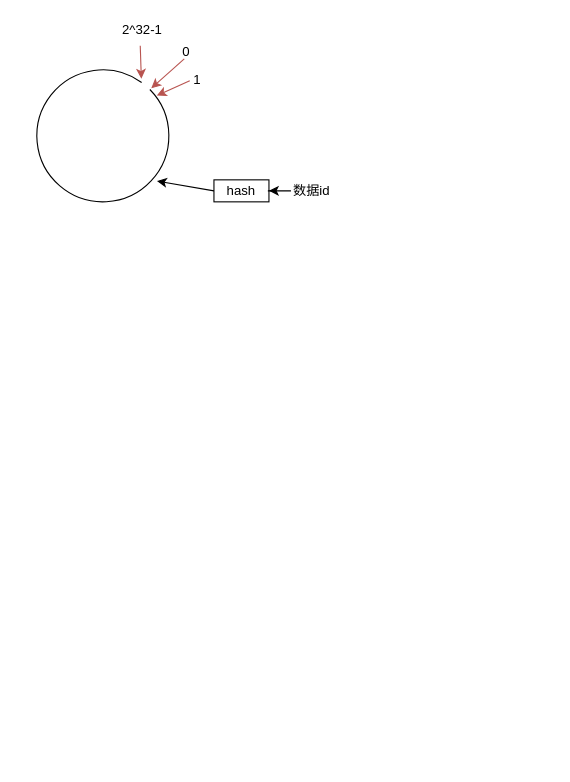
Above: 一致性哈希.drawio in wsxzei/markdown-photos (draw.io), before the change. Source tidied: cells renumbered, new cells numbered last; positions are measured from the earlier drawing's top-left corner, leaving out a move shared by most shapes. Both pictures are drawn from the tidied source at 110%, with x=0, y=0 at pixel (36, 19).
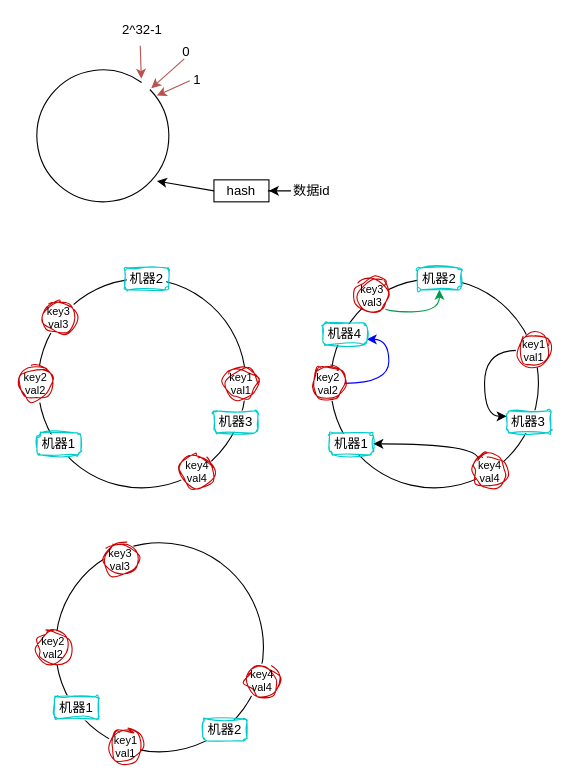
The same page after the edit.

Commit message (it also covers changes not shown here):
更新一致性哈希.drawio

What changed in the source:
```diff
@@
+    <mxCell id="13" style="verticalLabelPosition=bottom;verticalAlign=top;html=1;shape=mxgraph.basic.arc;startAngle=0.1001928052766139;endAngle=0.1;" parent="1" vertex="1">
+      <mxGeometry x="1" y="236" width="189" height="190" as="geometry" />
+    </mxCell>
+    <mxCell id="14" value="机器1" style="rounded=1;whiteSpace=wrap;html=1;sketch=1;curveFitting=1;jiggle=2;strokeColor=#00CCCC;" parent="1" vertex="1">
+      <mxGeometry y="376" width="40" height="20" as="geometry" />
+    </mxCell>
+    <mxCell id="15" value="机器2" style="rounded=1;whiteSpace=wrap;html=1;sketch=1;curveFitting=1;jiggle=2;strokeColor=#00CCCC;" parent="1" vertex="1">
+      <mxGeometry x="80" y="226" width="40" height="20" as="geometry" />
+    </mxCell>
+    <mxCell id="16" value="机器3" style="rounded=1;whiteSpace=wrap;html=1;sketch=1;curveFitting=1;jiggle=2;strokeColor=#00CCCC;" parent="1" vertex="1">
+      <mxGeometry x="161" y="356" width="40" height="20" as="geometry" />
+    </mxCell>
+    <mxCell id="17" value="key2&lt;div&gt;val2&lt;/div&gt;" style="ellipse;whiteSpace=wrap;html=1;fontSize=10;sketch=1;curveFitting=1;jiggle=2;strokeColor=#CC0000;" parent="1" vertex="1">
+      <mxGeometry x="-16" y="316" width="30" height="30" as="geometry" />
+    </mxCell>
+    <mxCell id="18" value="key3&lt;div&gt;val3&lt;/div&gt;" style="ellipse;whiteSpace=wrap;html=1;fontSize=10;sketch=1;curveFitting=1;jiggle=2;strokeColor=#CC0000;" parent="1" vertex="1">
+      <mxGeometry x="5" y="256" width="30" height="30" as="geometry" />
+    </mxCell>
+    <mxCell id="19" value="key4&lt;div&gt;val4&lt;/div&gt;" style="ellipse;whiteSpace=wrap;html=1;fontSize=10;sketch=1;curveFitting=1;jiggle=2;strokeColor=#CC0000;" parent="1" vertex="1">
+      <mxGeometry x="131" y="396" width="30" height="30" as="geometry" />
+    </mxCell>
+    <mxCell id="20" value="key1&lt;div&gt;val1&lt;/div&gt;" style="ellipse;whiteSpace=wrap;html=1;fontSize=10;sketch=1;curveFitting=1;jiggle=2;strokeColor=#CC0000;" parent="1" vertex="1">
+      <mxGeometry x="171" y="316" width="30" height="30" as="geometry" />
+    </mxCell>
+    <mxCell id="21" style="verticalLabelPosition=bottom;verticalAlign=top;html=1;shape=mxgraph.basic.arc;startAngle=0.1001928052766139;endAngle=0.1;" parent="1" vertex="1">
+      <mxGeometry x="267" y="236" width="189" height="190" as="geometry" />
+    </mxCell>
+    <mxCell id="22" value="机器1" style="rounded=1;whiteSpace=wrap;html=1;sketch=1;curveFitting=1;jiggle=2;strokeColor=#00CCCC;" parent="1" vertex="1">
+      <mxGeometry x="266" y="376" width="40" height="20" as="geometry" />
+    </mxCell>
+    <mxCell id="23" value="机器2" style="rounded=1;whiteSpace=wrap;html=1;sketch=1;curveFitting=1;jiggle=2;strokeColor=#00CCCC;" parent="1" vertex="1">
+      <mxGeometry x="346" y="226" width="40" height="20" as="geometry" />
+    </mxCell>
+    <mxCell id="24" value="机器3" style="rounded=1;whiteSpace=wrap;html=1;sketch=1;curveFitting=1;jiggle=2;strokeColor=#00CCCC;" parent="1" vertex="1">
+      <mxGeometry x="427" y="356" width="40" height="20" as="geometry" />
+    </mxCell>
+    <mxCell id="25" style="edgeStyle=orthogonalEdgeStyle;rounded=0;jettySize=auto;html=1;exitX=1;exitY=0.5;exitDx=0;exitDy=0;entryX=1;entryY=0.75;entryDx=0;entryDy=0;curved=1;strokeColor=#0000FF;" parent="1" edge="1" source="26" target="33">
+      <mxGeometry relative="1" as="geometry" />
+    </mxCell>
+    <mxCell id="26" value="key2&lt;div&gt;val2&lt;/div&gt;" style="ellipse;whiteSpace=wrap;html=1;fontSize=10;sketch=1;curveFitting=1;jiggle=2;strokeColor=#CC0000;" parent="1" vertex="1">
+      <mxGeometry x="250" y="316" width="30" height="30" as="geometry" />
+    </mxCell>
+    <mxCell id="27" style="edgeStyle=orthogonalEdgeStyle;rounded=0;jettySize=auto;html=1;exitX=1;exitY=1;exitDx=0;exitDy=0;entryX=0.5;entryY=1;entryDx=0;entryDy=0;curved=1;strokeColor=#00994D;" parent="1" edge="1" source="28" target="23">
+      <mxGeometry relative="1" as="geometry">
+        <Array as="points">
+          <mxPoint x="316" y="266" />
+          <mxPoint x="366" y="266" />
+        </Array>
+      </mxGeometry>
+    </mxCell>
+    <mxCell id="28" value="key3&lt;div&gt;val3&lt;/div&gt;" style="ellipse;whiteSpace=wrap;html=1;fontSize=10;sketch=1;curveFitting=1;jiggle=2;strokeColor=#CC0000;" parent="1" vertex="1">
+      <mxGeometry x="290" y="236" width="30" height="30" as="geometry" />
+    </mxCell>
+    <mxCell id="29" style="edgeStyle=orthogonalEdgeStyle;rounded=0;jettySize=auto;html=1;exitX=0;exitY=0;exitDx=0;exitDy=0;entryX=1;entryY=0.5;entryDx=0;entryDy=0;curved=1;" parent="1" edge="1" source="30" target="22">
+      <mxGeometry relative="1" as="geometry">
+        <Array as="points">
+          <mxPoint x="401" y="386" />
+        </Array>
+      </mxGeometry>
+    </mxCell>
+    <mxCell id="30" value="key4&lt;div&gt;val4&lt;/div&gt;" style="ellipse;whiteSpace=wrap;html=1;fontSize=10;sketch=1;curveFitting=1;jiggle=2;strokeColor=#CC0000;" parent="1" vertex="1">
+      <mxGeometry x="397" y="396" width="30" height="30" as="geometry" />
+    </mxCell>
+    <mxCell id="31" style="edgeStyle=orthogonalEdgeStyle;rounded=0;jettySize=auto;html=1;exitX=0;exitY=0.5;exitDx=0;exitDy=0;entryX=0;entryY=0.25;entryDx=0;entryDy=0;curved=1;" parent="1" edge="1" source="32" target="24">
+      <mxGeometry relative="1" as="geometry" />
+    </mxCell>
+    <mxCell id="32" value="key1&lt;div&gt;val1&lt;/div&gt;" style="ellipse;whiteSpace=wrap;html=1;fontSize=10;sketch=1;curveFitting=1;jiggle=2;strokeColor=#CC0000;" parent="1" vertex="1">
+      <mxGeometry x="437" y="286" width="30" height="30" as="geometry" />
+    </mxCell>
+    <mxCell id="33" value="机器4" style="rounded=1;whiteSpace=wrap;html=1;sketch=1;curveFitting=1;jiggle=2;strokeColor=#00CCCC;" parent="1" vertex="1">
+      <mxGeometry x="260" y="276" width="40" height="20" as="geometry" />
+    </mxCell>
+    <mxCell id="34" style="verticalLabelPosition=bottom;verticalAlign=top;html=1;shape=mxgraph.basic.arc;startAngle=0.1001928052766139;endAngle=0.1;" parent="1" vertex="1">
+      <mxGeometry x="17" y="476" width="189" height="190" as="geometry" />
+    </mxCell>
+    <mxCell id="35" value="机器1" style="rounded=1;whiteSpace=wrap;html=1;sketch=1;curveFitting=1;jiggle=2;strokeColor=#00CCCC;" parent="1" vertex="1">
+      <mxGeometry x="16" y="616" width="40" height="20" as="geometry" />
+    </mxCell>
+    <mxCell id="36" value="机器2" style="rounded=1;whiteSpace=wrap;html=1;sketch=1;curveFitting=1;jiggle=2;strokeColor=#00CCCC;" parent="1" vertex="1">
+      <mxGeometry x="151" y="636" width="40" height="20" as="geometry" />
+    </mxCell>
+    <mxCell id="37" value="key2&lt;div&gt;val2&lt;/div&gt;" style="ellipse;whiteSpace=wrap;html=1;fontSize=10;sketch=1;curveFitting=1;jiggle=2;strokeColor=#CC0000;" parent="1" vertex="1">
+      <mxGeometry y="556" width="30" height="30" as="geometry" />
+    </mxCell>
+    <mxCell id="38" value="key3&lt;div&gt;val3&lt;/div&gt;" style="ellipse;whiteSpace=wrap;html=1;fontSize=10;sketch=1;curveFitting=1;jiggle=2;strokeColor=#CC0000;" parent="1" vertex="1">
+      <mxGeometry x="61" y="476" width="30" height="30" as="geometry" />
+    </mxCell>
+    <mxCell id="39" value="key4&lt;div&gt;val4&lt;/div&gt;" style="ellipse;whiteSpace=wrap;html=1;fontSize=10;sketch=1;curveFitting=1;jiggle=2;strokeColor=#CC0000;" parent="1" vertex="1">
+      <mxGeometry x="190" y="586" width="30" height="30" as="geometry" />
+    </mxCell>
+    <mxCell id="40" value="key1&lt;div&gt;val1&lt;/div&gt;" style="ellipse;whiteSpace=wrap;html=1;fontSize=10;sketch=1;curveFitting=1;jiggle=2;strokeColor=#CC0000;" parent="1" vertex="1">
+      <mxGeometry x="66" y="646" width="30" height="30" as="geometry" />
+    </mxCell>
```
